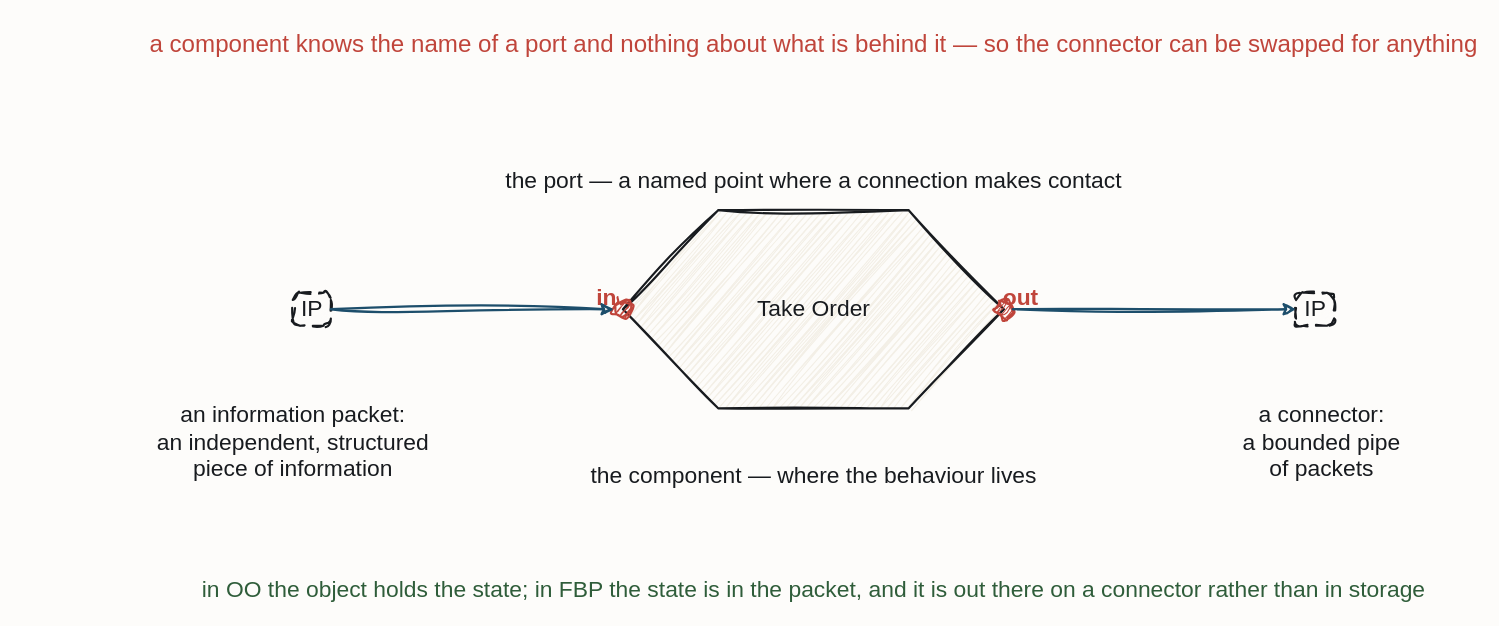
The draw.io diagram resources/flow-fbp-component.drawio in iancooper/practical-messaging, before the edit. Source tidied: cells renumbered, new cells numbered last; positions are measured from the earlier drawing's top-left corner, leaving out a move shared by most shapes. Both pictures are drawn from the tidied source at 127%, with x=0, y=0 at pixel (216, 22).
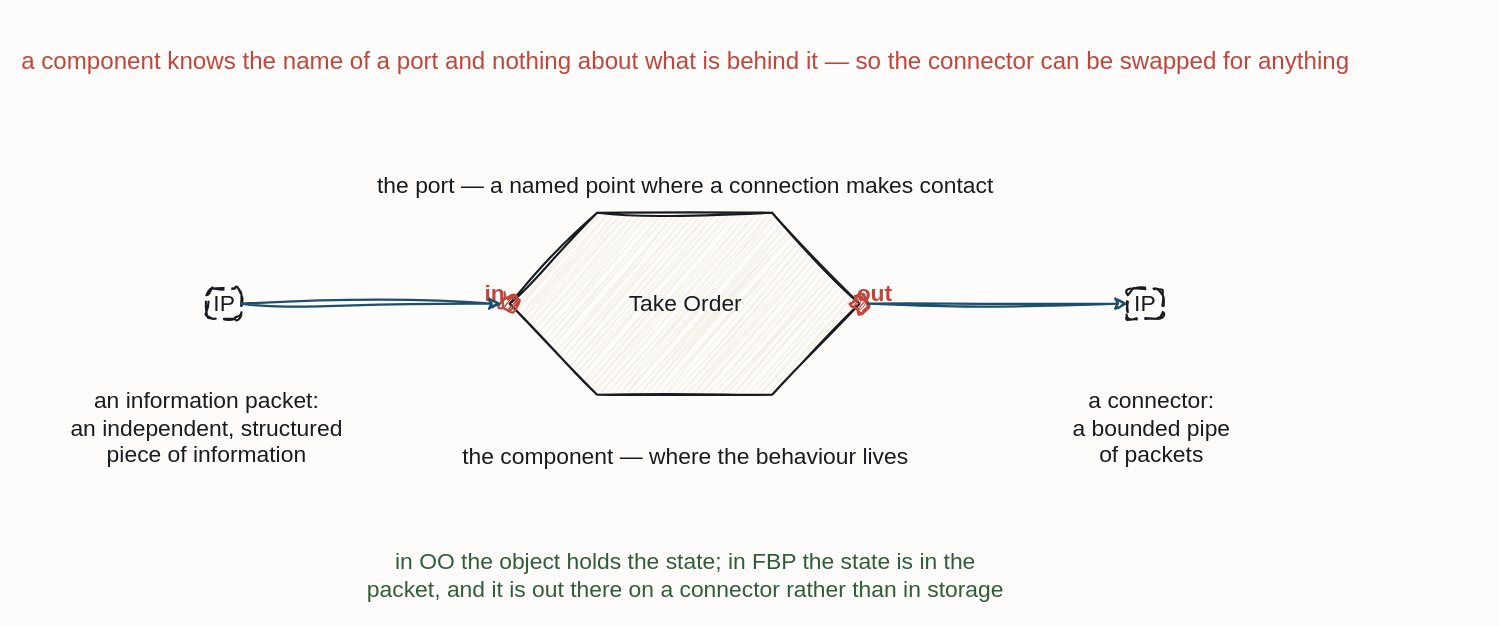
Above is the later version.

What changed in the source:
```diff
@@
 <mxGraphModel background="#FDFCFA">
   <root>
     <mxCell id="0" />
     <mxCell id="1" parent="0" />
     <mxCell id="2" value="a component knows the name of a port and nothing about what is behind it — so the connector can be swapped for anything" style="text;html=1;align=center;fontFamily=Caveat;fontSize=19;fontColor=#C0453B;" parent="1" vertex="1">
-      <mxGeometry x="410" width="120" height="20" as="geometry" />
+      <mxGeometry x="308.6" y="13.1" width="120" height="20" as="geometry" />
     </mxCell>
     <mxCell id="3" value="Take Order" style="sketch=1;hachureGap=4;jiggle=2;curveFitting=1;fontFamily=Caveat;html=1;shape=hexagon;perimeter=hexagonPerimeter2;strokeColor=#181B1F;strokeWidth=1.7;fillColor=#F3EFE6;fontColor=#181B1F;fontSize=18;" parent="1" vertex="1">
-      <mxGeometry x="320" y="148" width="300" height="156" as="geometry" />
+      <mxGeometry x="230.8" y="150" width="275.5" height="143.3" as="geometry" />
     </mxCell>
     <mxCell id="4" style="sketch=1;hachureGap=4;jiggle=2;curveFitting=1;fontFamily=Caveat;html=1;ellipse;verticalLabelPosition=bottom;verticalAlign=top;strokeColor=#C0453B;strokeWidth=1.7;fillColor=#C0453B;fontColor=#C0453B;fontSize=14;" parent="1" vertex="1">
-      <mxGeometry x="313" y="219" width="14" height="14" as="geometry" />
+      <mxGeometry x="224.4" y="215.2" width="12.9" height="12.9" as="geometry" />
     </mxCell>
     <mxCell id="5" value="in" style="text;html=1;align=center;fontFamily=Caveat;fontSize=18;fontColor=#C0453B;fontStyle=1;" parent="1" vertex="1">
-      <mxGeometry x="247" y="200" width="120" height="20" as="geometry" />
+      <mxGeometry x="158.9" y="196.8" width="120" height="20" as="geometry" />
     </mxCell>
     <mxCell id="6" style="sketch=1;hachureGap=4;jiggle=2;curveFitting=1;fontFamily=Caveat;html=1;ellipse;verticalLabelPosition=bottom;verticalAlign=top;strokeColor=#C0453B;strokeWidth=1.7;fillColor=#C0453B;fontColor=#C0453B;fontSize=14;" parent="1" vertex="1">
-      <mxGeometry x="613" y="219" width="14" height="14" as="geometry" />
+      <mxGeometry x="499.9" y="215.2" width="12.9" height="12.9" as="geometry" />
     </mxCell>
     <mxCell id="7" value="out" style="text;html=1;align=center;fontFamily=Caveat;fontSize=18;fontColor=#C0453B;fontStyle=1;" parent="1" vertex="1">
-      <mxGeometry x="573" y="200" width="120" height="20" as="geometry" />
+      <mxGeometry x="458.3" y="196.8" width="120" height="20" as="geometry" />
     </mxCell>
     <mxCell id="8" value="IP" style="sketch=1;hachureGap=4;jiggle=2;curveFitting=1;fontFamily=Caveat;html=1;rounded=1;arcSize=22;dashed=1;dashPattern=5 4;strokeColor=#181B1F;strokeWidth=1.7;fillColor=#FDFCFA;fontColor=#181B1F;fontSize=18;" parent="1" vertex="1">
-      <mxGeometry x="60" y="213" width="30" height="26" as="geometry" />
+      <mxGeometry x="-8" y="209.7" width="27.6" height="23.9" as="geometry" />
     </mxCell>
     <mxCell id="9" value="IP" style="sketch=1;hachureGap=4;jiggle=2;curveFitting=1;fontFamily=Caveat;html=1;rounded=1;arcSize=22;dashed=1;dashPattern=5 4;strokeColor=#181B1F;strokeWidth=1.7;fillColor=#FDFCFA;fontColor=#181B1F;fontSize=18;" parent="1" vertex="1">
-      <mxGeometry x="850" y="213" width="30" height="26" as="geometry" />
+      <mxGeometry x="717.5" y="209.7" width="27.6" height="23.9" as="geometry" />
     </mxCell>
     <mxCell id="10" value="the component — where the behaviour lives" style="text;html=1;align=center;fontFamily=Caveat;fontSize=18;fontColor=#181B1F;" parent="1" vertex="1">
-      <mxGeometry x="410" y="340" width="120" height="20" as="geometry" />
+      <mxGeometry x="308.6" y="325.4" width="120" height="20" as="geometry" />
     </mxCell>
     <mxCell id="11" value="an information packet:&#10;an independent, structured&#10;piece of information" style="text;html=1;align=center;fontFamily=Caveat;fontSize=18;fontColor=#181B1F;" parent="1" vertex="1">
-      <mxGeometry y="292" width="120" height="20" as="geometry" />
+      <mxGeometry x="-68" y="281.3" width="120" height="20" as="geometry" />
     </mxCell>
     <mxCell id="12" value="a connector:&#10;a bounded pipe&#10;of packets" style="text;html=1;align=center;fontFamily=Caveat;fontSize=18;fontColor=#181B1F;" parent="1" vertex="1">
-      <mxGeometry x="810" y="292" width="120" height="20" as="geometry" />
+      <mxGeometry x="675.9" y="281.3" width="120" height="20" as="geometry" />
     </mxCell>
     <mxCell id="13" value="the port — a named point where a connection makes contact" style="text;html=1;align=center;fontFamily=Caveat;fontSize=18;fontColor=#181B1F;" parent="1" vertex="1">
-      <mxGeometry x="410" y="108" width="120" height="20" as="geometry" />
+      <mxGeometry x="308.6" y="112.3" width="120" height="20" as="geometry" />
     </mxCell>
-    <mxCell id="14" value="in OO the object holds the state; in FBP the state is in the packet, and it is out there on a connector rather than in storage" style="text;html=1;align=center;fontFamily=Caveat;fontSize=18;fontColor=#2F5D3A;" parent="1" vertex="1">
-      <mxGeometry x="410" y="430" width="120" height="20" as="geometry" />
+    <mxCell id="14" value="in OO the object holds the state; in FBP the state is in the&#10;packet, and it is out there on a connector rather than in storage" style="text;html=1;align=center;fontFamily=Caveat;fontSize=18;fontColor=#2F5D3A;" parent="1" vertex="1">
+      <mxGeometry x="308.6" y="408" width="120" height="20" as="geometry" />
     </mxCell>
     <mxCell id="15" style="sketch=1;jiggle=2;curveFitting=1;edgeStyle=none;rounded=0;strokeColor=#1D4E6B;strokeWidth=1.8;fontFamily=Caveat;fontSize=18;fontColor=#1D4E6B;html=1;exitX=1.0;exitY=0.5;exitDx=0;exitDy=0;entryX=0.0;entryY=0.5;entryDx=0;entryDy=0;" parent="1" edge="1" source="8" target="4">
       <mxGeometry relative="1" as="geometry" />
     </mxCell>
     <mxCell id="16" style="sketch=1;jiggle=2;curveFitting=1;edgeStyle=none;rounded=0;strokeColor=#1D4E6B;strokeWidth=1.8;fontFamily=Caveat;fontSize=18;fontColor=#1D4E6B;html=1;exitX=1.0;exitY=0.5;exitDx=0;exitDy=0;entryX=0.0;entryY=0.5;entryDx=0;entryDy=0;" parent="1" edge="1" source="6" target="9">
       <mxGeometry relative="1" as="geometry" />
     </mxCell>
   </root>
 </mxGraphModel>
```
